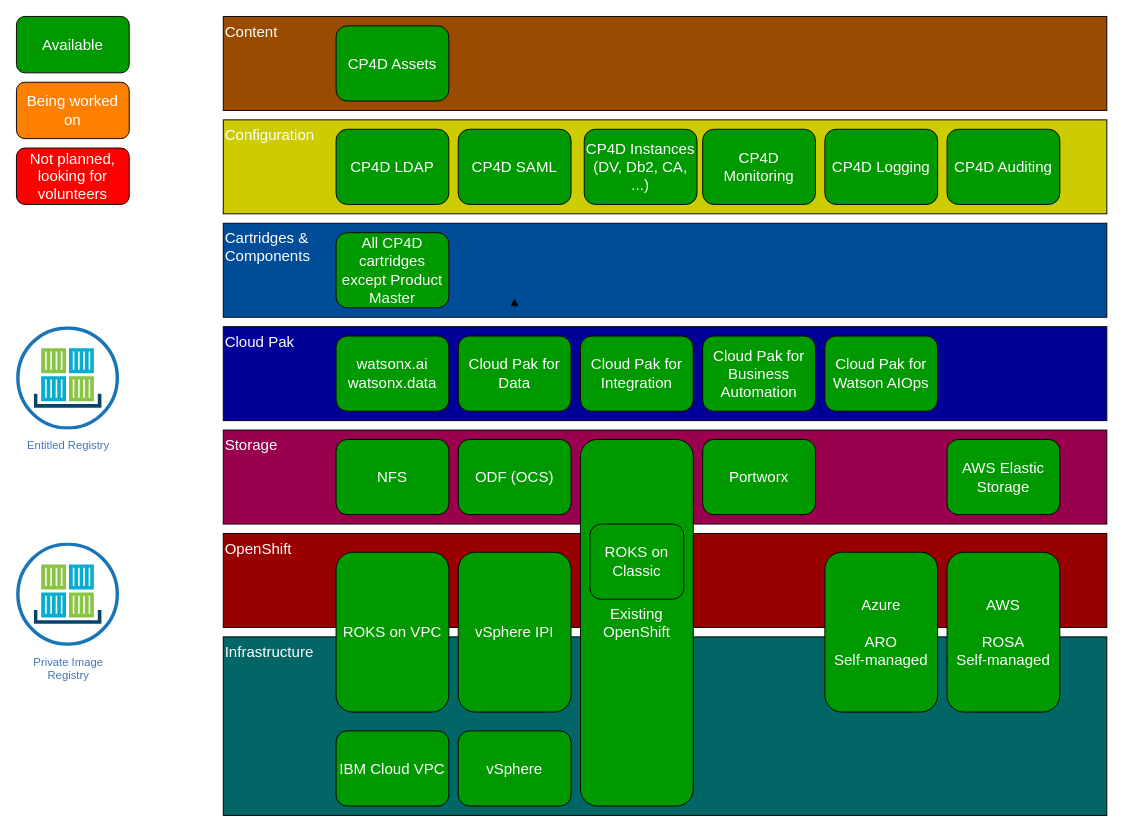
Earlier version of the draw.io diagram docs/src/01-introduction/images/cp-deploy-current-state.drawio (CloudPakDeployerDev/cloud-pak-deployer-dev). Source tidied: cells renumbered, new cells numbered last; positions are measured from the earlier drawing's top-left corner, leaving out a move shared by most shapes. Both pictures are drawn from the tidied source at 94%, with x=0, y=0 at pixel (16, 16).
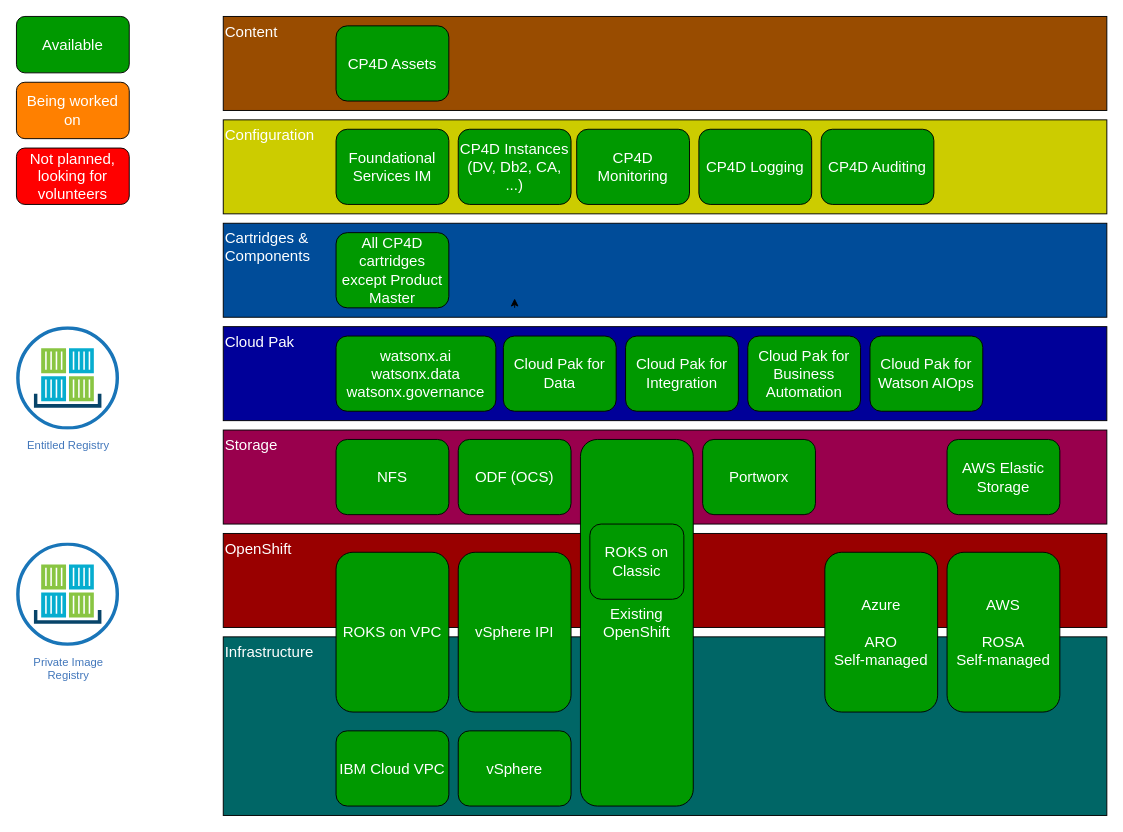
Above is the later version.

Commit message (it also covers changes not shown here):
Fix Current State image

Change to the diagram source:
```diff
@@
     <mxCell id="14" value="Cloud Pak for Data" style="rounded=1;whiteSpace=wrap;html=1;fontSize=16;fontColor=#FFFFFF;fillColor=#009900;align=center;verticalAlign=middle;" parent="1" vertex="1">
-      <mxGeometry x="470" y="340" width="120" height="80" as="geometry" />
+      <mxGeometry x="518" y="340" width="120" height="80" as="geometry" />
     </mxCell>
@@
-    <mxCell id="32" value="watsonx.ai&lt;br&gt;watsonx.data" style="rounded=1;whiteSpace=wrap;html=1;fontSize=16;fontColor=#FFFFFF;fillColor=#009900;align=center;verticalAlign=middle;" parent="31" vertex="1">
-      <mxGeometry x="340" y="340" width="120" height="80" as="geometry" />
+    <mxCell id="32" value="watsonx.ai&lt;br&gt;watsonx.data&lt;div&gt;watsonx.governance&lt;/div&gt;" style="rounded=1;whiteSpace=wrap;html=1;fontSize=16;fontColor=#FFFFFF;fillColor=#009900;align=center;verticalAlign=middle;" parent="31" vertex="1">
+      <mxGeometry x="340" y="340" width="170" height="80" as="geometry" />
     </mxCell>
     <mxCell id="33" value="Cloud Pak for Integration" style="rounded=1;whiteSpace=wrap;html=1;fontSize=16;fontColor=#FFFFFF;fillColor=#009900;align=center;verticalAlign=middle;" parent="31" vertex="1">
-      <mxGeometry x="600" y="340" width="120" height="80" as="geometry" />
+      <mxGeometry x="648" y="340" width="120" height="80" as="geometry" />
     </mxCell>
     <mxCell id="34" value="Cloud Pak for Business Automation" style="rounded=1;whiteSpace=wrap;html=1;fontSize=16;fontColor=#FFFFFF;fillColor=#009900;align=center;verticalAlign=middle;" parent="31" vertex="1">
-      <mxGeometry x="730" y="340" width="120" height="80" as="geometry" />
+      <mxGeometry x="778" y="340" width="120" height="80" as="geometry" />
     </mxCell>
     <mxCell id="35" value="Cloud Pak for Watson AIOps" style="rounded=1;whiteSpace=wrap;html=1;fontSize=16;fontColor=#FFFFFF;fillColor=#009900;align=center;verticalAlign=middle;" parent="31" vertex="1">
-      <mxGeometry x="860" y="340" width="120" height="80" as="geometry" />
+      <mxGeometry x="908" y="340" width="120" height="80" as="geometry" />
     </mxCell>
@@
-    <mxCell id="40" value="CP4D LDAP" style="rounded=1;whiteSpace=wrap;html=1;fontSize=16;fontColor=#FFFFFF;fillColor=#009900;align=center;verticalAlign=middle;" parent="39" vertex="1">
+    <mxCell id="40" value="Foundational Services IM" style="rounded=1;whiteSpace=wrap;html=1;fontSize=16;fontColor=#FFFFFF;fillColor=#009900;align=center;verticalAlign=middle;" parent="39" vertex="1">
       <mxGeometry x="340" y="120" width="120" height="80" as="geometry" />
     </mxCell>
-    <mxCell id="41" value="CP4D SAML" style="rounded=1;whiteSpace=wrap;html=1;fontSize=16;fontColor=#FFFFFF;fillColor=#009900;align=center;verticalAlign=middle;" parent="39" vertex="1">
-      <mxGeometry x="470" y="120" width="120" height="80" as="geometry" />
-    </mxCell>
     <mxCell id="42" value="CP4D Instances (DV, Db2, CA, ...)" style="rounded=1;whiteSpace=wrap;html=1;fontSize=16;fontColor=#FFFFFF;fillColor=#009900;align=center;verticalAlign=middle;" parent="39" vertex="1">
-      <mxGeometry x="604" y="120" width="120" height="80" as="geometry" />
+      <mxGeometry x="470" y="120" width="120" height="80" as="geometry" />
     </mxCell>
     <mxCell id="43" value="CP4D Monitoring" style="rounded=1;whiteSpace=wrap;html=1;fontSize=16;fontColor=#FFFFFF;fillColor=#009900;align=center;verticalAlign=middle;" parent="39" vertex="1">
-      <mxGeometry x="730" y="120" width="120" height="80" as="geometry" />
+      <mxGeometry x="596" y="120" width="120" height="80" as="geometry" />
     </mxCell>
     <mxCell id="44" value="CP4D Logging" style="rounded=1;whiteSpace=wrap;html=1;fontSize=16;fontColor=#FFFFFF;fillColor=#009900;align=center;verticalAlign=middle;" parent="39" vertex="1">
-      <mxGeometry x="860" y="120" width="120" height="80" as="geometry" />
+      <mxGeometry x="726" y="120" width="120" height="80" as="geometry" />
     </mxCell>
     <mxCell id="45" value="CP4D Auditing" style="rounded=1;whiteSpace=wrap;html=1;fontSize=16;fontColor=#FFFFFF;fillColor=#009900;align=center;verticalAlign=middle;" parent="39" vertex="1">
-      <mxGeometry x="990" y="120" width="120" height="80" as="geometry" />
+      <mxGeometry x="856" y="120" width="120" height="80" as="geometry" />
     </mxCell>
```
